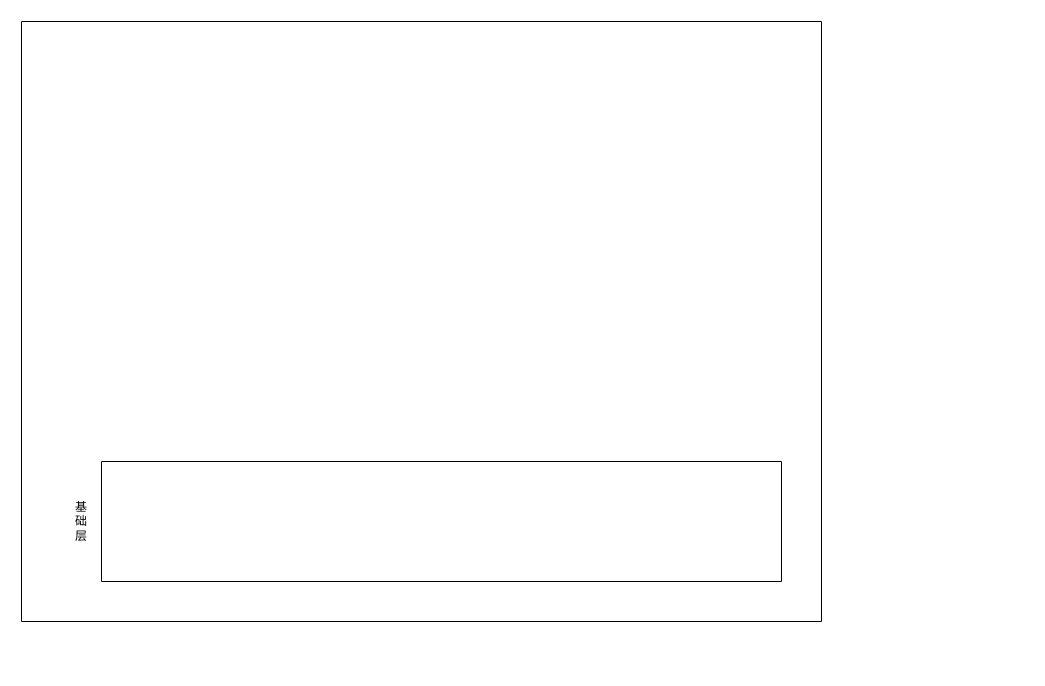
This is biz_flow/企业知识平台设计.drawio from hlld3344/diagrams, a draw.io file, before an edit. Source tidied: cells renumbered, new cells numbered last; positions are measured from the earlier drawing's top-left corner, leaving out a move shared by most shapes. Both pictures are drawn from the tidied source at 100%, with x=0, y=0 at pixel (21, 21).
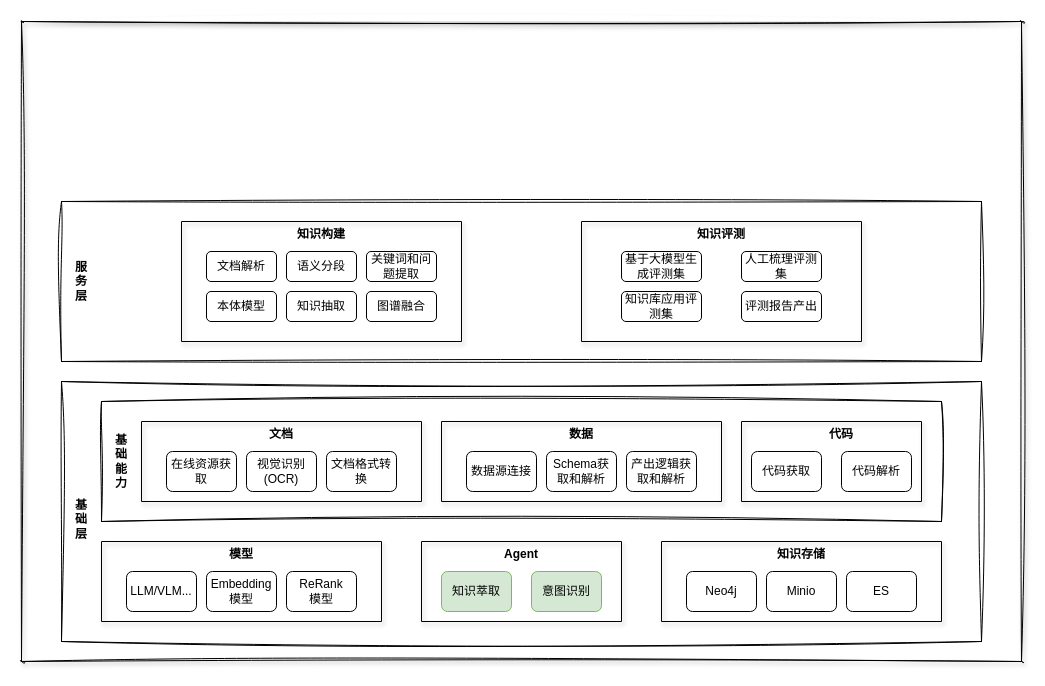
The same diagram, later.

Commit message:
更新企业知识平台设计.drawio

Change to the diagram source:
```diff
@@
-    <mxCell id="2" style="swimlane;startSize=0;" parent="1" vertex="1">
-      <mxGeometry width="800" height="600" as="geometry" />
+    <mxCell id="2" style="swimlane;startSize=0;rounded=1;glass=0;sketch=1;curveFitting=1;jiggle=2;shadow=1;swimlaneLine=1;" parent="1" vertex="1">
+      <mxGeometry width="1000" height="640" as="geometry" />
     </mxCell>
-    <mxCell id="3" style="swimlane;startSize=0;" parent="2" vertex="1">
-      <mxGeometry x="80" y="440" width="680" height="120" as="geometry" />
+    <mxCell id="3" style="swimlane;startSize=0;glass=0;shadow=0;sketch=1;curveFitting=1;jiggle=2;" parent="2" vertex="1">
+      <mxGeometry x="40" y="360" width="920" height="260" as="geometry" />
     </mxCell>
+    <mxCell id="5" style="swimlane;startSize=0;shadow=1;" parent="3" vertex="1">
+      <mxGeometry x="40" y="160" width="280" height="80" as="geometry" />
+    </mxCell>
+    <mxCell id="6" value="LLM/VLM..." style="rounded=1;whiteSpace=wrap;html=1;" parent="5" vertex="1">
+      <mxGeometry x="25" y="30" width="70" height="40" as="geometry" />
+    </mxCell>
+    <mxCell id="7" value="Embedding模型" style="rounded=1;whiteSpace=wrap;html=1;" parent="5" vertex="1">
+      <mxGeometry x="105" y="30" width="70" height="40" as="geometry" />
+    </mxCell>
+    <mxCell id="8" value="ReRank&lt;div&gt;模型&lt;/div&gt;" style="rounded=1;whiteSpace=wrap;html=1;" parent="5" vertex="1">
+      <mxGeometry x="185" y="30" width="70" height="40" as="geometry" />
+    </mxCell>
+    <mxCell id="9" value="&lt;b&gt;模型&lt;/b&gt;" style="text;html=1;align=center;verticalAlign=middle;whiteSpace=wrap;rounded=0;" parent="5" vertex="1">
+      <mxGeometry x="125" width="30" height="25" as="geometry" />
+    </mxCell>
+    <mxCell id="10" style="swimlane;startSize=0;shadow=1;" parent="3" vertex="1">
+      <mxGeometry x="360" y="160" width="200" height="80" as="geometry" />
+    </mxCell>
+    <mxCell id="11" value="知识萃取" style="rounded=1;whiteSpace=wrap;html=1;fillColor=#d5e8d4;strokeColor=#82b366;" parent="10" vertex="1">
+      <mxGeometry x="20" y="30" width="70" height="40" as="geometry" />
+    </mxCell>
+    <mxCell id="12" value="意图识别" style="rounded=1;whiteSpace=wrap;html=1;fillColor=#d5e8d4;strokeColor=#82b366;" parent="10" vertex="1">
+      <mxGeometry x="110" y="30" width="70" height="40" as="geometry" />
+    </mxCell>
+    <mxCell id="13" value="&lt;b&gt;A&lt;/b&gt;&lt;b style=&quot;background-color: transparent; color: light-dark(rgb(0, 0, 0), rgb(255, 255, 255));&quot;&gt;g&lt;/b&gt;&lt;b style=&quot;background-color: transparent; color: light-dark(rgb(0, 0, 0), rgb(255, 255, 255));&quot;&gt;e&lt;/b&gt;&lt;b style=&quot;background-color: transparent; color: light-dark(rgb(0, 0, 0), rgb(255, 255, 255));&quot;&gt;n&lt;/b&gt;&lt;b style=&quot;background-color: transparent; color: light-dark(rgb(0, 0, 0), rgb(255, 255, 255));&quot;&gt;t&lt;/b&gt;" style="text;html=1;align=center;verticalAlign=middle;whiteSpace=wrap;rounded=0;" parent="10" vertex="1">
+      <mxGeometry x="70" width="60" height="25" as="geometry" />
+    </mxCell>
+    <mxCell id="14" style="swimlane;startSize=0;shadow=1;rounded=0;glass=0;swimlaneLine=1;" parent="3" vertex="1">
+      <mxGeometry x="600" y="160" width="280" height="80" as="geometry" />
+    </mxCell>
+    <mxCell id="15" value="Neo4j" style="rounded=1;whiteSpace=wrap;html=1;" parent="14" vertex="1">
+      <mxGeometry x="25" y="30" width="70" height="40" as="geometry" />
+    </mxCell>
+    <mxCell id="16" value="Minio" style="rounded=1;whiteSpace=wrap;html=1;" parent="14" vertex="1">
+      <mxGeometry x="105" y="30" width="70" height="40" as="geometry" />
+    </mxCell>
+    <mxCell id="17" value="ES" style="rounded=1;whiteSpace=wrap;html=1;" parent="14" vertex="1">
+      <mxGeometry x="185" y="30" width="70" height="40" as="geometry" />
+    </mxCell>
+    <mxCell id="18" value="&lt;b&gt;知识存储&lt;/b&gt;" style="text;html=1;align=center;verticalAlign=middle;whiteSpace=wrap;rounded=0;" parent="14" vertex="1">
+      <mxGeometry x="100" width="80" height="25" as="geometry" />
+    </mxCell>
+    <mxCell id="19" style="swimlane;startSize=0;sketch=1;curveFitting=1;jiggle=2;" parent="3" vertex="1">
+      <mxGeometry x="40" y="20" width="840" height="120" as="geometry" />
+    </mxCell>
+    <mxCell id="20" value="&lt;b&gt;基础能力&lt;/b&gt;" style="text;html=1;align=center;verticalAlign=middle;whiteSpace=wrap;rounded=0;" parent="19" vertex="1">
+      <mxGeometry x="10" y="23.8" width="20" height="72.5" as="geometry" />
+    </mxCell>
+    <mxCell id="21" style="swimlane;startSize=0;shadow=1;" parent="19" vertex="1">
+      <mxGeometry x="40" y="20" width="280" height="80" as="geometry" />
+    </mxCell>
+    <mxCell id="22" value="在线资源获取" style="rounded=1;whiteSpace=wrap;html=1;" parent="21" vertex="1">
+      <mxGeometry x="25" y="30" width="70" height="40" as="geometry" />
+    </mxCell>
+    <mxCell id="23" value="视觉识别(OCR)" style="rounded=1;whiteSpace=wrap;html=1;" parent="21" vertex="1">
+      <mxGeometry x="105" y="30" width="70" height="40" as="geometry" />
+    </mxCell>
+    <mxCell id="24" value="文档格式转换" style="rounded=1;whiteSpace=wrap;html=1;" parent="21" vertex="1">
+      <mxGeometry x="185" y="30" width="70" height="40" as="geometry" />
+    </mxCell>
+    <mxCell id="25" value="&lt;b&gt;文档&lt;/b&gt;" style="text;html=1;align=center;verticalAlign=middle;whiteSpace=wrap;rounded=0;" parent="21" vertex="1">
+      <mxGeometry x="125" width="30" height="25" as="geometry" />
+    </mxCell>
+    <mxCell id="26" style="swimlane;startSize=0;shadow=1;" parent="19" vertex="1">
+      <mxGeometry x="340" y="20" width="280" height="80" as="geometry" />
+    </mxCell>
+    <mxCell id="27" value="数据源连接" style="rounded=1;whiteSpace=wrap;html=1;" parent="26" vertex="1">
+      <mxGeometry x="25" y="30" width="70" height="40" as="geometry" />
+    </mxCell>
+    <mxCell id="28" value="Schema获取和解析" style="rounded=1;whiteSpace=wrap;html=1;" parent="26" vertex="1">
+      <mxGeometry x="105" y="30" width="70" height="40" as="geometry" />
+    </mxCell>
+    <mxCell id="29" value="产出逻辑获取和解析" style="rounded=1;whiteSpace=wrap;html=1;" parent="26" vertex="1">
+      <mxGeometry x="185" y="30" width="70" height="40" as="geometry" />
+    </mxCell>
+    <mxCell id="30" value="&lt;b&gt;数据&lt;/b&gt;" style="text;html=1;align=center;verticalAlign=middle;whiteSpace=wrap;rounded=0;" parent="26" vertex="1">
+      <mxGeometry x="125" width="30" height="25" as="geometry" />
+    </mxCell>
+    <mxCell id="31" style="swimlane;startSize=0;shadow=1;" parent="19" vertex="1">
+      <mxGeometry x="640" y="20" width="180" height="80" as="geometry" />
+    </mxCell>
+    <mxCell id="32" value="代码获取" style="rounded=1;whiteSpace=wrap;html=1;" parent="31" vertex="1">
+      <mxGeometry x="10" y="30" width="70" height="40" as="geometry" />
+    </mxCell>
+    <mxCell id="33" value="代码解析" style="rounded=1;whiteSpace=wrap;html=1;" parent="31" vertex="1">
+      <mxGeometry x="100" y="30" width="70" height="40" as="geometry" />
+    </mxCell>
+    <mxCell id="34" value="&lt;b&gt;代码&lt;/b&gt;" style="text;html=1;align=center;verticalAlign=middle;whiteSpace=wrap;rounded=0;" parent="31" vertex="1">
+      <mxGeometry x="70" width="60" height="25" as="geometry" />
+    </mxCell>
-    <mxCell id="4" value="基础层" style="text;html=1;align=center;verticalAlign=middle;whiteSpace=wrap;rounded=0;" parent="2" vertex="1">
-      <mxGeometry x="50" y="482.5" width="20" height="35" as="geometry" />
+    <mxCell id="4" value="&lt;b&gt;基础层&lt;/b&gt;" style="text;html=1;align=center;verticalAlign=middle;whiteSpace=wrap;rounded=0;" parent="3" vertex="1">
+      <mxGeometry x="10" y="120" width="20" height="35" as="geometry" />
     </mxCell>
+    <mxCell id="35" style="swimlane;startSize=0;sketch=1;curveFitting=1;jiggle=2;" parent="2" vertex="1">
+      <mxGeometry x="40" y="180" width="920" height="160" as="geometry" />
+    </mxCell>
+    <mxCell id="36" value="&lt;b&gt;服务层&lt;/b&gt;" style="text;html=1;align=center;verticalAlign=middle;whiteSpace=wrap;rounded=0;" parent="35" vertex="1">
+      <mxGeometry x="10" y="62.5" width="20" height="35" as="geometry" />
+    </mxCell>
+    <mxCell id="37" style="swimlane;startSize=0;shadow=1;" parent="35" vertex="1">
+      <mxGeometry x="120" y="20" width="280" height="120" as="geometry" />
+    </mxCell>
+    <mxCell id="38" value="文档解析" style="rounded=1;whiteSpace=wrap;html=1;" parent="37" vertex="1">
+      <mxGeometry x="25" y="30" width="70" height="30" as="geometry" />
+    </mxCell>
+    <mxCell id="39" value="语义分段" style="rounded=1;whiteSpace=wrap;html=1;" parent="37" vertex="1">
+      <mxGeometry x="105" y="30" width="70" height="30" as="geometry" />
+    </mxCell>
+    <mxCell id="40" value="关键词和问题提取" style="rounded=1;whiteSpace=wrap;html=1;" parent="37" vertex="1">
+      <mxGeometry x="185" y="30" width="70" height="30" as="geometry" />
+    </mxCell>
+    <mxCell id="41" value="&lt;b&gt;知识构建&lt;/b&gt;" style="text;html=1;align=center;verticalAlign=middle;whiteSpace=wrap;rounded=0;" parent="37" vertex="1">
+      <mxGeometry x="110" width="60" height="25" as="geometry" />
+    </mxCell>
+    <mxCell id="42" value="本体模型" style="rounded=1;whiteSpace=wrap;html=1;" parent="37" vertex="1">
+      <mxGeometry x="25" y="70" width="70" height="30" as="geometry" />
+    </mxCell>
+    <mxCell id="43" value="知识抽取" style="rounded=1;whiteSpace=wrap;html=1;" parent="37" vertex="1">
+      <mxGeometry x="105" y="70" width="70" height="30" as="geometry" />
+    </mxCell>
+    <mxCell id="44" value="图谱融合" style="rounded=1;whiteSpace=wrap;html=1;" parent="37" vertex="1">
+      <mxGeometry x="185" y="70" width="70" height="30" as="geometry" />
+    </mxCell>
+    <mxCell id="45" style="swimlane;startSize=0;shadow=1;" parent="35" vertex="1">
+      <mxGeometry x="520" y="20" width="280" height="120" as="geometry" />
+    </mxCell>
+    <mxCell id="46" value="基于大模型生成评测集" style="rounded=1;whiteSpace=wrap;html=1;" parent="45" vertex="1">
+      <mxGeometry x="40" y="30" width="80" height="30" as="geometry" />
+    </mxCell>
+    <mxCell id="47" value="人工梳理评测集" style="rounded=1;whiteSpace=wrap;html=1;" parent="45" vertex="1">
+      <mxGeometry x="160" y="30" width="80" height="30" as="geometry" />
+    </mxCell>
+    <mxCell id="48" value="&lt;b&gt;知识评测&lt;/b&gt;" style="text;html=1;align=center;verticalAlign=middle;whiteSpace=wrap;rounded=0;" parent="45" vertex="1">
+      <mxGeometry x="110" width="60" height="25" as="geometry" />
+    </mxCell>
+    <mxCell id="49" value="知识库应用评测集" style="rounded=1;whiteSpace=wrap;html=1;" parent="45" vertex="1">
+      <mxGeometry x="40" y="70" width="80" height="30" as="geometry" />
+    </mxCell>
+    <mxCell id="50" value="评测报告产出" style="rounded=1;whiteSpace=wrap;html=1;" parent="45" vertex="1">
+      <mxGeometry x="160" y="70" width="80" height="30" as="geometry" />
+    </mxCell>
```
